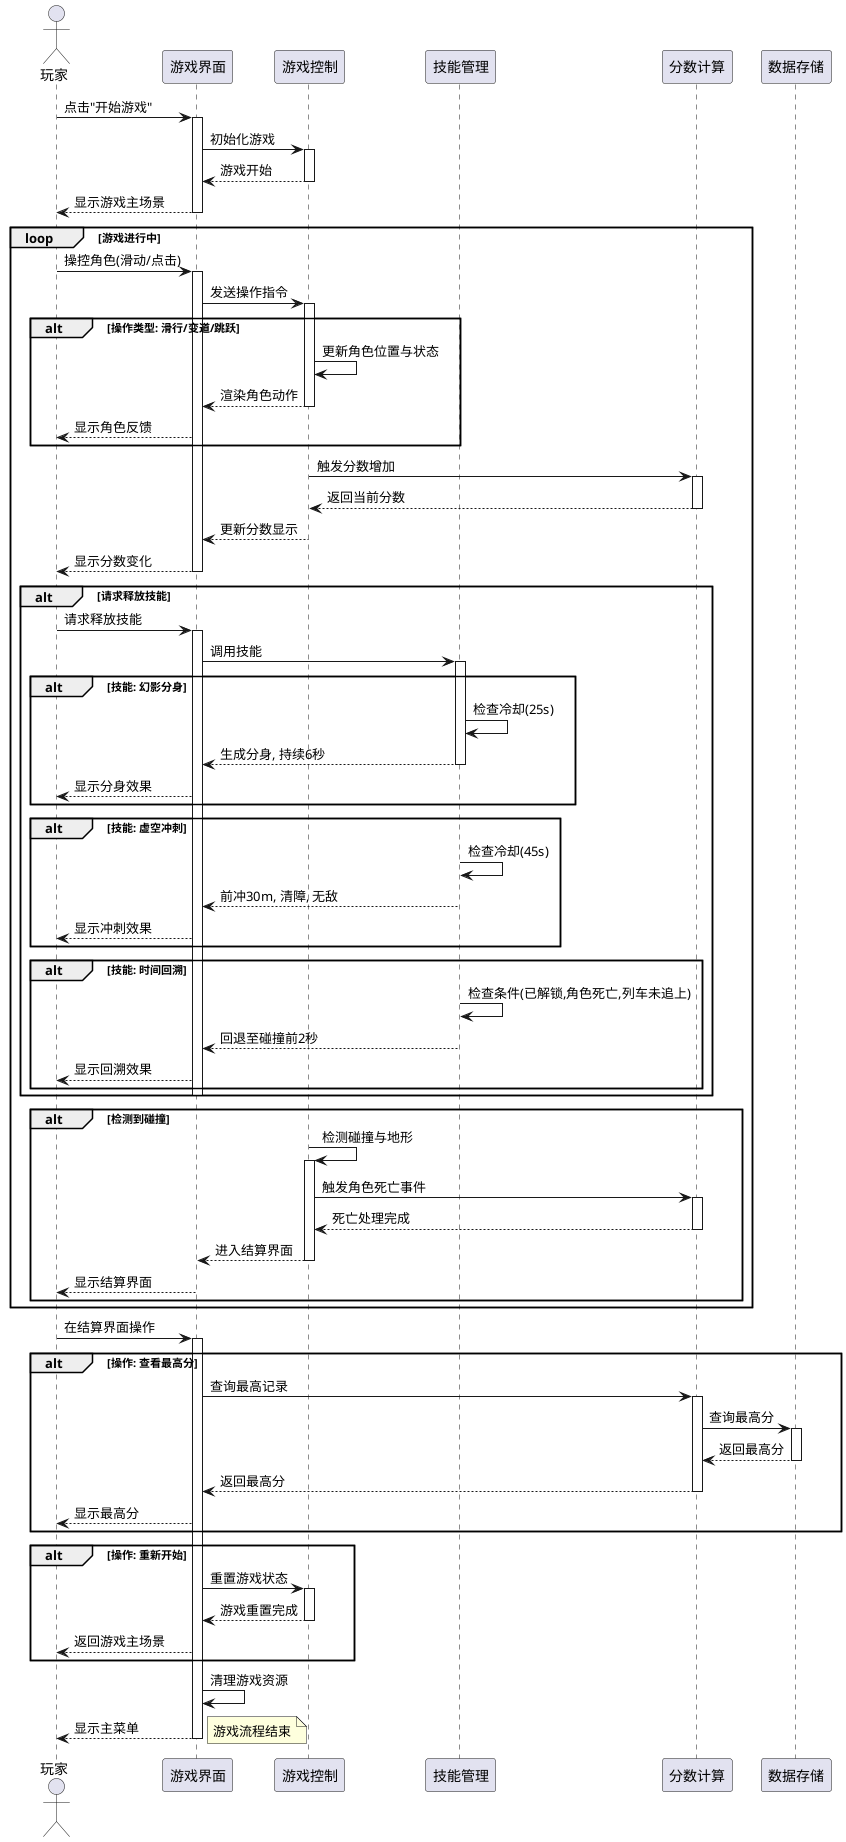
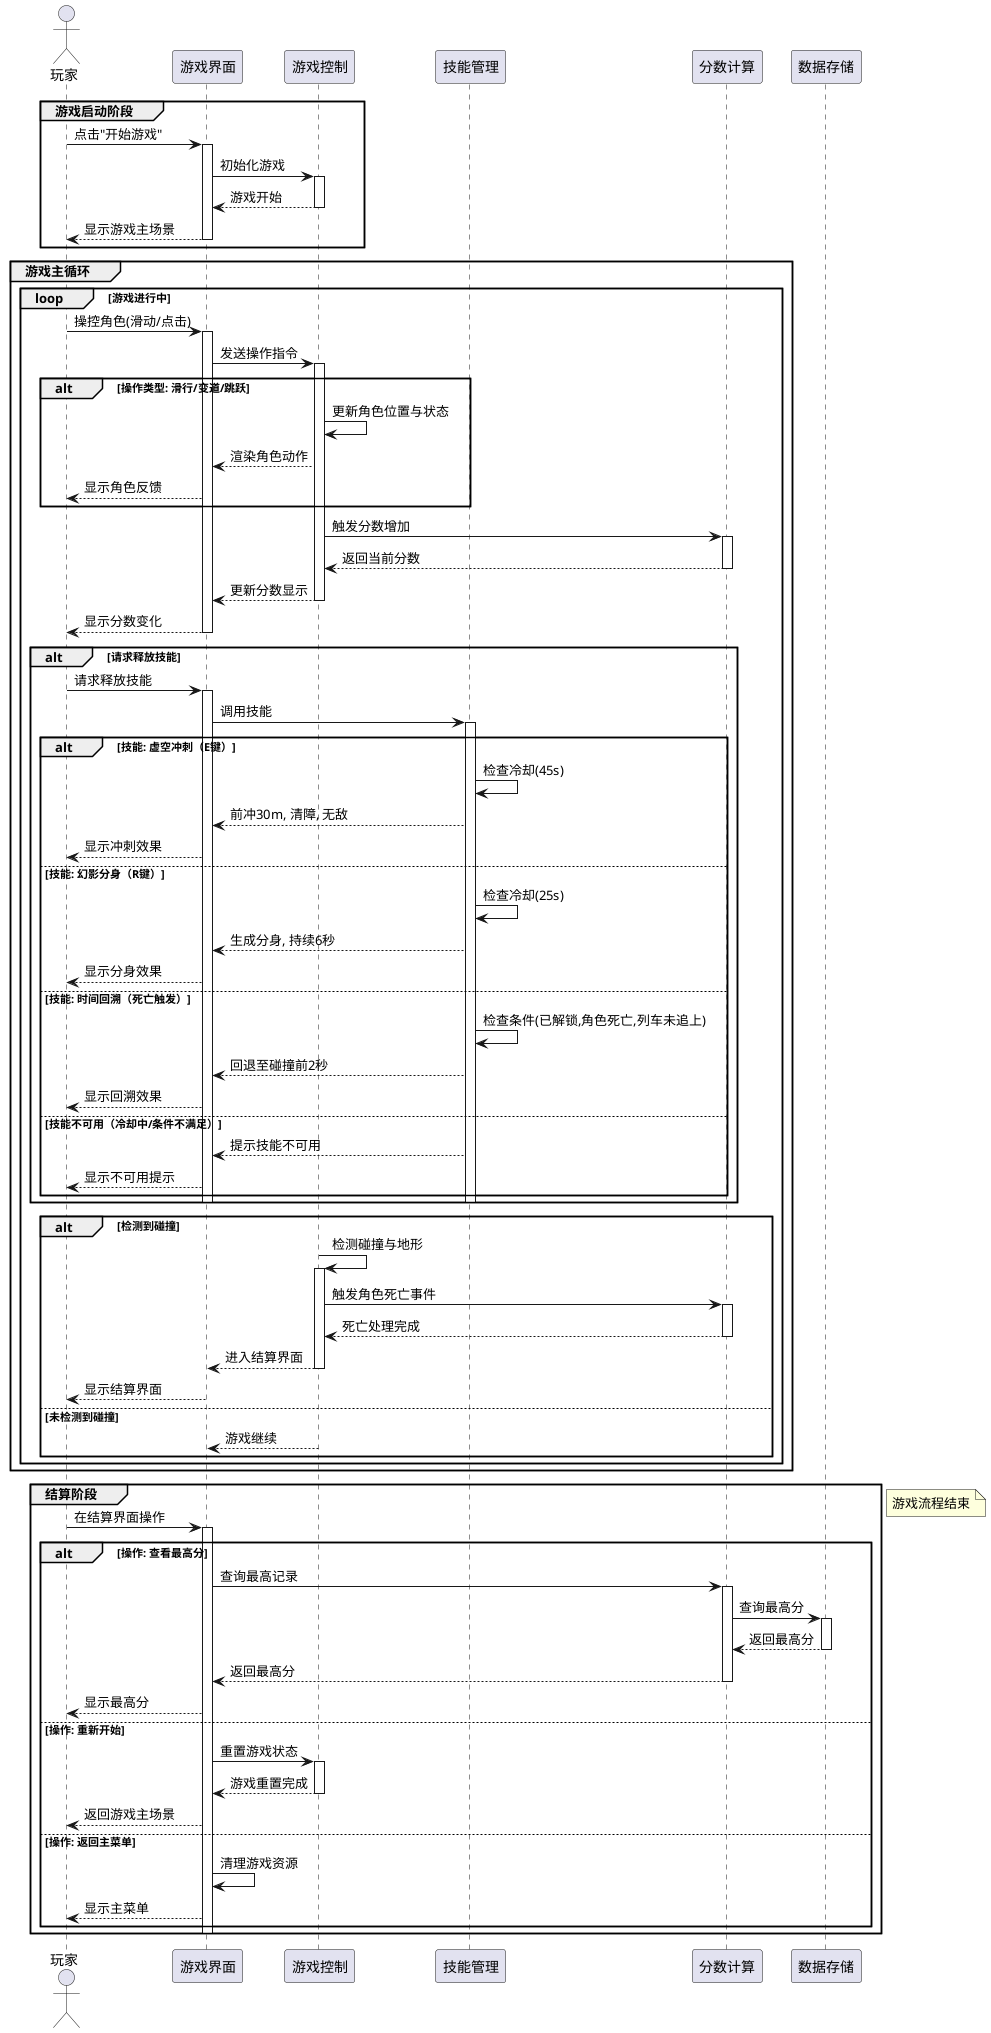
@startuml 无尽跑酷游戏流程时序图
' 定义参与者
actor "玩家" as 玩家
participant "游戏界面" as 界面
participant "游戏控制" as 控制
participant "技能管理" as 技能
participant "分数计算" as 分数
participant "数据存储" as 存储

- ' 游戏启动阶段
+ group 游戏启动阶段
玩家 -> 界面: 点击"开始游戏"
activate 界面
界面 -> 控制: 初始化游戏
activate 控制
控制 --> 界面: 游戏开始
deactivate 控制
界面 --> 玩家: 显示游戏主场景
deactivate 界面
+ end group

- ' 游戏主循环
+ group 游戏主循环
loop 游戏进行中
    玩家 -> 界面: 操控角色(滑动/点击)
    activate 界面
    界面 -> 控制: 发送操作指令
    activate 控制

    alt 操作类型: 滑行/变道/跳跃
        控制 -> 控制: 更新角色位置与状态
        控制 --> 界面: 渲染角色动作
-         deactivate 控制
        界面 --> 玩家: 显示角色反馈
    end

    ' 分数处理分支
-     activate 控制
    控制 -> 分数: 触发分数增加
    activate 分数
    分数 --> 控制: 返回当前分数
    deactivate 分数
    控制 --> 界面: 更新分数显示
    deactivate 控制
    界面 --> 玩家: 显示分数变化
    deactivate 界面

    ' 技能分支
    alt 请求释放技能
        玩家 -> 界面: 请求释放技能
        activate 界面
        界面 -> 技能: 调用技能
        activate 技能

-         alt 技能: 幻影分身
+         alt 技能: 虚空冲刺（E键）
+             技能 -> 技能: 检查冷却(45s)
+             技能 --> 界面: 前冲30m, 清障, 无敌
+             界面 --> 玩家: 显示冲刺效果
+         else 技能: 幻影分身（R键）
            技能 -> 技能: 检查冷却(25s)
            技能 --> 界面: 生成分身, 持续6秒
-             deactivate 技能
            界面 --> 玩家: 显示分身效果
-         end
- 
-         alt 技能: 虚空冲刺
-             技能 -> 技能: 检查冷却(45s)
-             技能 --> 界面: 前冲30m, 清障, 无敌
-             deactivate 技能
-             界面 --> 玩家: 显示冲刺效果
-         end
- 
-         alt 技能: 时间回溯
+         else 技能: 时间回溯（死亡触发）
            技能 -> 技能: 检查条件(已解锁,角色死亡,列车未追上)
            技能 --> 界面: 回退至碰撞前2秒
-             deactivate 技能
            界面 --> 玩家: 显示回溯效果
+         else 技能不可用（冷却中/条件不满足）
+             技能 --> 界面: 提示技能不可用
+             界面 --> 玩家: 显示不可用提示
        end
+         deactivate 技能
        deactivate 界面
    end

    ' 碰撞检测分支
    alt 检测到碰撞
        控制 -> 控制: 检测碰撞与地形
        activate 控制
        控制 -> 分数: 触发角色死亡事件
        activate 分数
        分数 --> 控制: 死亡处理完成
        deactivate 分数
        控制 --> 界面: 进入结算界面
        deactivate 控制
-         deactivate 控制
        界面 --> 玩家: 显示结算界面
+     else 未检测到碰撞
+         控制 --> 界面: 游戏继续
    end
end
+ end group

+ group 结算阶段
' 结算后操作
玩家 -> 界面: 在结算界面操作
activate 界面

alt 操作: 查看最高分
    界面 -> 分数: 查询最高记录
    activate 分数
    分数 -> 存储: 查询最高分
    activate 存储
    存储 --> 分数: 返回最高分
    deactivate 存储
    分数 --> 界面: 返回最高分
    deactivate 分数
    界面 --> 玩家: 显示最高分
- end
- 
- alt 操作: 重新开始
+ else 操作: 重新开始
    界面 -> 控制: 重置游戏状态
    activate 控制
    控制 --> 界面: 游戏重置完成
    deactivate 控制
    界面 --> 玩家: 返回游戏主场景
+ else 操作: 返回主菜单
+     界面 -> 界面: 清理游戏资源
+     界面 --> 玩家: 显示主菜单
end
- 
- 界面 -> 界面: 清理游戏资源
- 界面 --> 玩家: 显示主菜单
deactivate 界面
+ end group

note right: 游戏流程结束
@enduml